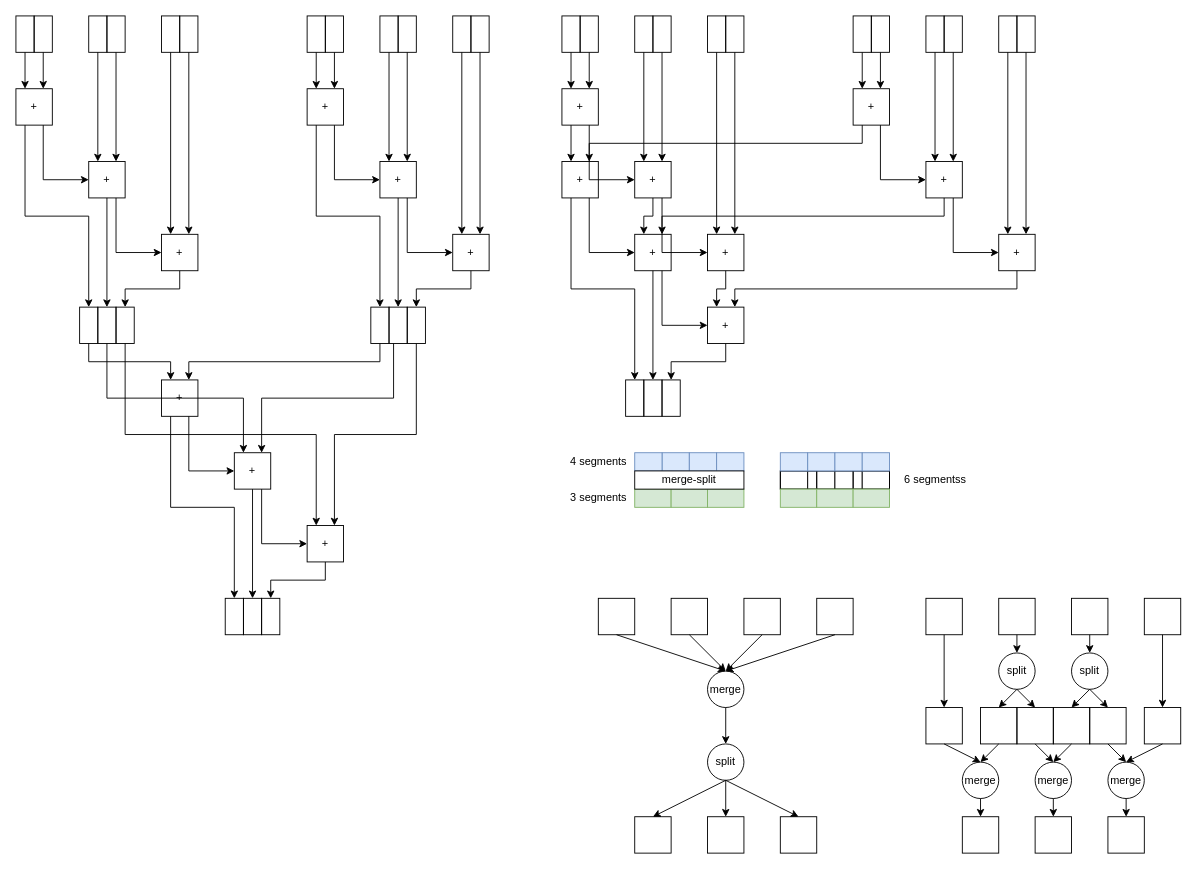
This is page "retiming for compression" (11 of 14) of src/main/resources/Karatsuba.drawio from RicardoNid/Chainsaw2, a draw.io file, before an edit. Source tidied: cells renumbered, new cells numbered last; positions are measured from the earlier drawing's top-left corner, leaving out a move shared by most shapes. Both pictures are drawn from the tidied source at 91%, with x=0, y=0 at pixel (15, 15).
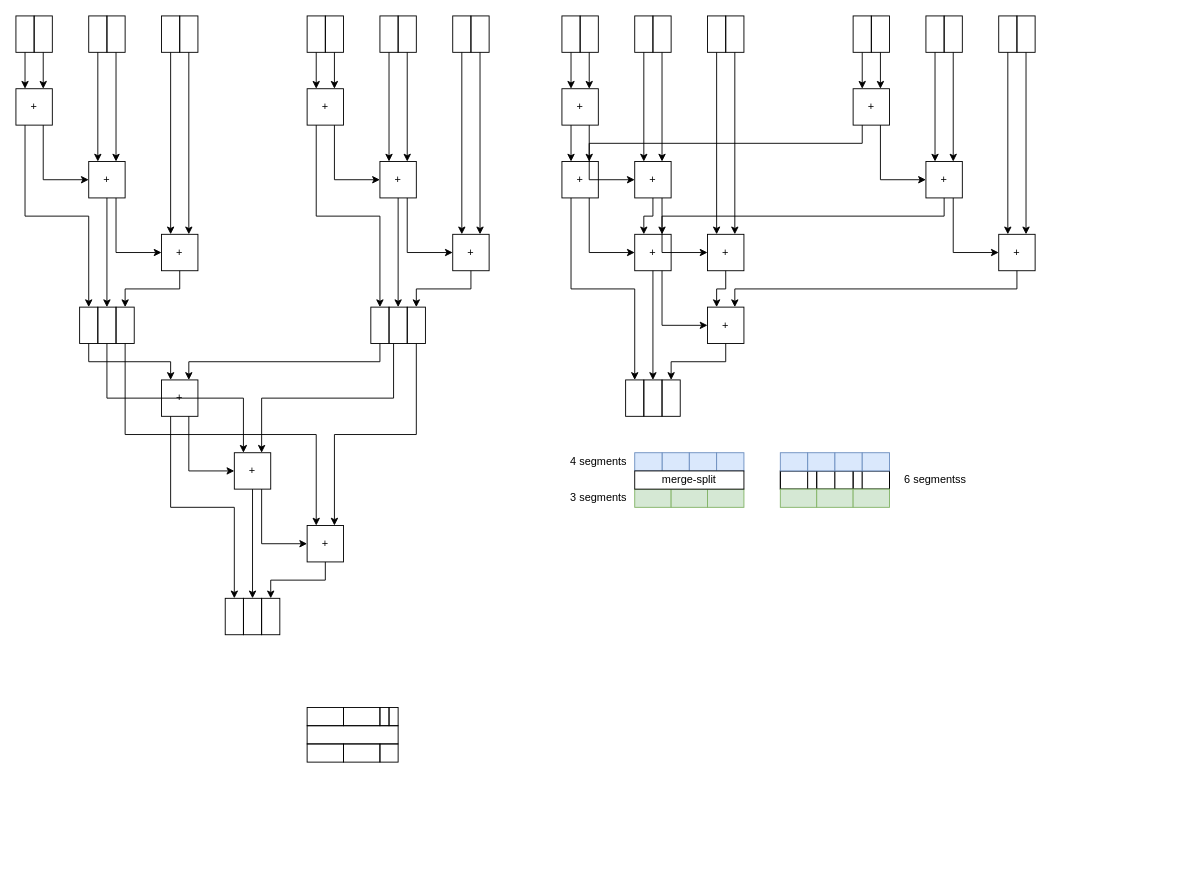
The same page after the edit.

Diff of the diagram source:
```diff
@@
-    <mxCell id="134" style="edgeStyle=none;html=1;exitX=0.5;exitY=1;exitDx=0;exitDy=0;entryX=0.5;entryY=0;entryDx=0;entryDy=0;" parent="1" edge="1" source="135" target="150">
-      <mxGeometry relative="1" as="geometry" />
-    </mxCell>
-    <mxCell id="135" value="merge" style="ellipse;whiteSpace=wrap;html=1;fillColor=none;" parent="1" vertex="1">
-      <mxGeometry x="760" y="720" width="40" height="40" as="geometry" />
-    </mxCell>
-    <mxCell id="136" style="edgeStyle=none;html=1;exitX=0.5;exitY=1;exitDx=0;exitDy=0;entryX=0.5;entryY=0;entryDx=0;entryDy=0;" parent="1" edge="1" source="137" target="135">
-      <mxGeometry relative="1" as="geometry" />
-    </mxCell>
-    <mxCell id="137" style="whiteSpace=wrap;html=1;fillColor=none;" parent="1" vertex="1">
-      <mxGeometry x="640" y="640" width="40" height="40" as="geometry" />
-    </mxCell>
-    <mxCell id="138" style="edgeStyle=none;html=1;exitX=0.5;exitY=1;exitDx=0;exitDy=0;entryX=0.5;entryY=0;entryDx=0;entryDy=0;" parent="1" edge="1" source="139" target="135">
-      <mxGeometry relative="1" as="geometry" />
-    </mxCell>
-    <mxCell id="139" style="whiteSpace=wrap;html=1;fillColor=none;" parent="1" vertex="1">
-      <mxGeometry x="720" y="640" width="40" height="40" as="geometry" />
-    </mxCell>
-    <mxCell id="140" style="edgeStyle=none;html=1;exitX=0.5;exitY=1;exitDx=0;exitDy=0;entryX=0.5;entryY=0;entryDx=0;entryDy=0;" parent="1" edge="1" source="141" target="135">
-      <mxGeometry relative="1" as="geometry" />
-    </mxCell>
-    <mxCell id="141" style="whiteSpace=wrap;html=1;fillColor=none;" parent="1" vertex="1">
-      <mxGeometry x="800" y="640" width="40" height="40" as="geometry" />
-    </mxCell>
-    <mxCell id="142" style="edgeStyle=none;html=1;exitX=0.5;exitY=1;exitDx=0;exitDy=0;entryX=0.5;entryY=0;entryDx=0;entryDy=0;" parent="1" edge="1" source="143" target="135">
-      <mxGeometry relative="1" as="geometry" />
-    </mxCell>
-    <mxCell id="143" style="whiteSpace=wrap;html=1;fillColor=none;" parent="1" vertex="1">
-      <mxGeometry x="880" y="640" width="40" height="40" as="geometry" />
-    </mxCell>
-    <mxCell id="144" style="edgeStyle=none;html=1;exitX=0.5;exitY=1;exitDx=0;exitDy=0;entryX=0.5;entryY=0;entryDx=0;entryDy=0;" parent="1" edge="1" source="150" target="147">
-      <mxGeometry relative="1" as="geometry" />
-    </mxCell>
-    <mxCell id="145" style="edgeStyle=none;html=1;exitX=0.5;exitY=1;exitDx=0;exitDy=0;entryX=0.5;entryY=0;entryDx=0;entryDy=0;" parent="1" edge="1" source="150" target="148">
-      <mxGeometry relative="1" as="geometry" />
-    </mxCell>
-    <mxCell id="146" style="edgeStyle=none;html=1;exitX=0.5;exitY=1;exitDx=0;exitDy=0;entryX=0.5;entryY=0;entryDx=0;entryDy=0;" parent="1" edge="1" source="150" target="149">
-      <mxGeometry relative="1" as="geometry" />
-    </mxCell>
-    <mxCell id="147" style="whiteSpace=wrap;html=1;fillColor=none;" parent="1" vertex="1">
-      <mxGeometry x="680" y="880" width="40" height="40" as="geometry" />
-    </mxCell>
-    <mxCell id="148" style="whiteSpace=wrap;html=1;fillColor=none;" parent="1" vertex="1">
-      <mxGeometry x="760" y="880" width="40" height="40" as="geometry" />
-    </mxCell>
-    <mxCell id="149" style="whiteSpace=wrap;html=1;fillColor=none;" parent="1" vertex="1">
-      <mxGeometry x="840" y="880" width="40" height="40" as="geometry" />
-    </mxCell>
-    <mxCell id="150" value="split" style="ellipse;whiteSpace=wrap;html=1;fillColor=none;" parent="1" vertex="1">
-      <mxGeometry x="760" y="800" width="40" height="40" as="geometry" />
-    </mxCell>
@@
-    <mxCell id="158" style="edgeStyle=none;html=1;exitX=0.5;exitY=1;exitDx=0;exitDy=0;entryX=0.5;entryY=0;entryDx=0;entryDy=0;" parent="1" edge="1" source="159" target="173">
-      <mxGeometry relative="1" as="geometry" />
-    </mxCell>
-    <mxCell id="159" style="whiteSpace=wrap;html=1;fillColor=none;" parent="1" vertex="1">
-      <mxGeometry x="1000" y="640" width="40" height="40" as="geometry" />
-    </mxCell>
-    <mxCell id="160" style="edgeStyle=none;html=1;exitX=0.5;exitY=1;exitDx=0;exitDy=0;entryX=0.5;entryY=0;entryDx=0;entryDy=0;" parent="1" edge="1" source="161" target="171">
-      <mxGeometry relative="1" as="geometry" />
-    </mxCell>
-    <mxCell id="161" style="whiteSpace=wrap;html=1;fillColor=none;" parent="1" vertex="1">
-      <mxGeometry x="1080" y="640" width="40" height="40" as="geometry" />
-    </mxCell>
-    <mxCell id="162" style="edgeStyle=none;html=1;exitX=0.5;exitY=1;exitDx=0;exitDy=0;entryX=0.5;entryY=0;entryDx=0;entryDy=0;" parent="1" edge="1" source="163" target="184">
-      <mxGeometry relative="1" as="geometry" />
-    </mxCell>
-    <mxCell id="163" style="whiteSpace=wrap;html=1;fillColor=none;" parent="1" vertex="1">
-      <mxGeometry x="1160" y="640" width="40" height="40" as="geometry" />
-    </mxCell>
-    <mxCell id="164" style="edgeStyle=none;html=1;exitX=0.5;exitY=1;exitDx=0;exitDy=0;entryX=0.5;entryY=0;entryDx=0;entryDy=0;" parent="1" edge="1" source="165" target="186">
-      <mxGeometry relative="1" as="geometry" />
-    </mxCell>
-    <mxCell id="165" style="whiteSpace=wrap;html=1;fillColor=none;" parent="1" vertex="1">
-      <mxGeometry x="1240" y="640" width="40" height="40" as="geometry" />
-    </mxCell>
-    <mxCell id="166" style="whiteSpace=wrap;html=1;fillColor=none;" parent="1" vertex="1">
-      <mxGeometry x="1040" y="880" width="40" height="40" as="geometry" />
-    </mxCell>
-    <mxCell id="167" style="whiteSpace=wrap;html=1;fillColor=none;" parent="1" vertex="1">
-      <mxGeometry x="1120" y="880" width="40" height="40" as="geometry" />
-    </mxCell>
-    <mxCell id="168" style="whiteSpace=wrap;html=1;fillColor=none;" parent="1" vertex="1">
-      <mxGeometry x="1200" y="880" width="40" height="40" as="geometry" />
-    </mxCell>
-    <mxCell id="169" style="edgeStyle=none;html=1;exitX=0.5;exitY=1;exitDx=0;exitDy=0;entryX=0.5;entryY=0;entryDx=0;entryDy=0;" parent="1" edge="1" source="171" target="175">
-      <mxGeometry relative="1" as="geometry" />
-    </mxCell>
-    <mxCell id="170" style="edgeStyle=none;html=1;exitX=0.5;exitY=1;exitDx=0;exitDy=0;entryX=0.5;entryY=0;entryDx=0;entryDy=0;" parent="1" edge="1" source="171" target="177">
-      <mxGeometry relative="1" as="geometry" />
-    </mxCell>
-    <mxCell id="171" value="split" style="ellipse;whiteSpace=wrap;html=1;fillColor=none;" parent="1" vertex="1">
-      <mxGeometry x="1080" y="700" width="40" height="40" as="geometry" />
-    </mxCell>
-    <mxCell id="172" style="edgeStyle=none;html=1;exitX=0.5;exitY=1;exitDx=0;exitDy=0;entryX=0.5;entryY=0;entryDx=0;entryDy=0;" parent="1" edge="1" source="173" target="190">
-      <mxGeometry relative="1" as="geometry" />
-    </mxCell>
-    <mxCell id="173" style="whiteSpace=wrap;html=1;fillColor=none;" parent="1" vertex="1">
-      <mxGeometry x="1000" y="760" width="40" height="40" as="geometry" />
-    </mxCell>
-    <mxCell id="174" style="edgeStyle=none;html=1;exitX=0.5;exitY=1;exitDx=0;exitDy=0;entryX=0.5;entryY=0;entryDx=0;entryDy=0;" parent="1" edge="1" source="175" target="190">
-      <mxGeometry relative="1" as="geometry" />
-    </mxCell>
-    <mxCell id="175" style="whiteSpace=wrap;html=1;fillColor=none;" parent="1" vertex="1">
-      <mxGeometry x="1060" y="760" width="40" height="40" as="geometry" />
-    </mxCell>
-    <mxCell id="176" style="edgeStyle=none;html=1;exitX=0.5;exitY=1;exitDx=0;exitDy=0;entryX=0.5;entryY=0;entryDx=0;entryDy=0;" parent="1" edge="1" source="177" target="188">
-      <mxGeometry relative="1" as="geometry" />
-    </mxCell>
-    <mxCell id="177" style="whiteSpace=wrap;html=1;fillColor=none;" parent="1" vertex="1">
-      <mxGeometry x="1100" y="760" width="40" height="40" as="geometry" />
-    </mxCell>
-    <mxCell id="178" style="edgeStyle=none;html=1;exitX=0.5;exitY=1;exitDx=0;exitDy=0;entryX=0.5;entryY=0;entryDx=0;entryDy=0;" parent="1" edge="1" source="179" target="188">
-      <mxGeometry relative="1" as="geometry" />
-    </mxCell>
-    <mxCell id="179" style="whiteSpace=wrap;html=1;fillColor=none;" parent="1" vertex="1">
-      <mxGeometry x="1140" y="760" width="40" height="40" as="geometry" />
-    </mxCell>
-    <mxCell id="180" style="edgeStyle=none;html=1;exitX=0.5;exitY=1;exitDx=0;exitDy=0;entryX=0.5;entryY=0;entryDx=0;entryDy=0;" parent="1" edge="1" source="181" target="192">
-      <mxGeometry relative="1" as="geometry" />
-    </mxCell>
-    <mxCell id="181" style="whiteSpace=wrap;html=1;fillColor=none;" parent="1" vertex="1">
-      <mxGeometry x="1180" y="760" width="40" height="40" as="geometry" />
-    </mxCell>
-    <mxCell id="182" style="edgeStyle=none;html=1;exitX=0.5;exitY=1;exitDx=0;exitDy=0;entryX=0.5;entryY=0;entryDx=0;entryDy=0;" parent="1" edge="1" source="184" target="179">
-      <mxGeometry relative="1" as="geometry" />
-    </mxCell>
-    <mxCell id="183" style="edgeStyle=none;html=1;exitX=0.5;exitY=1;exitDx=0;exitDy=0;entryX=0.5;entryY=0;entryDx=0;entryDy=0;" parent="1" edge="1" source="184" target="181">
-      <mxGeometry relative="1" as="geometry" />
-    </mxCell>
-    <mxCell id="184" value="split" style="ellipse;whiteSpace=wrap;html=1;fillColor=none;" parent="1" vertex="1">
-      <mxGeometry x="1160" y="700" width="40" height="40" as="geometry" />
-    </mxCell>
-    <mxCell id="185" style="edgeStyle=none;html=1;exitX=0.5;exitY=1;exitDx=0;exitDy=0;entryX=0.5;entryY=0;entryDx=0;entryDy=0;" parent="1" edge="1" source="186" target="192">
-      <mxGeometry relative="1" as="geometry" />
-    </mxCell>
-    <mxCell id="186" style="whiteSpace=wrap;html=1;fillColor=none;" parent="1" vertex="1">
-      <mxGeometry x="1240" y="760" width="40" height="40" as="geometry" />
-    </mxCell>
-    <mxCell id="187" style="edgeStyle=none;html=1;exitX=0.5;exitY=1;exitDx=0;exitDy=0;entryX=0.5;entryY=0;entryDx=0;entryDy=0;" parent="1" edge="1" source="188" target="167">
-      <mxGeometry relative="1" as="geometry" />
-    </mxCell>
-    <mxCell id="188" value="merge" style="ellipse;whiteSpace=wrap;html=1;fillColor=none;" parent="1" vertex="1">
-      <mxGeometry x="1120" y="820" width="40" height="40" as="geometry" />
-    </mxCell>
-    <mxCell id="189" style="edgeStyle=none;html=1;exitX=0.5;exitY=1;exitDx=0;exitDy=0;entryX=0.5;entryY=0;entryDx=0;entryDy=0;" parent="1" edge="1" source="190" target="166">
-      <mxGeometry relative="1" as="geometry" />
-    </mxCell>
-    <mxCell id="190" value="merge" style="ellipse;whiteSpace=wrap;html=1;fillColor=none;" parent="1" vertex="1">
-      <mxGeometry x="1040" y="820" width="40" height="40" as="geometry" />
-    </mxCell>
-    <mxCell id="191" style="edgeStyle=none;html=1;exitX=0.5;exitY=1;exitDx=0;exitDy=0;entryX=0.5;entryY=0;entryDx=0;entryDy=0;" parent="1" edge="1" source="192" target="168">
-      <mxGeometry relative="1" as="geometry" />
-    </mxCell>
-    <mxCell id="192" value="merge" style="ellipse;whiteSpace=wrap;html=1;fillColor=none;" parent="1" vertex="1">
-      <mxGeometry x="1200" y="820" width="40" height="40" as="geometry" />
-    </mxCell>
+    <mxCell id="193" style="rounded=0;whiteSpace=wrap;html=1;fillColor=none;" parent="1" vertex="1">
+      <mxGeometry x="320" y="760" width="40" height="20" as="geometry" />
+    </mxCell>
+    <mxCell id="194" style="rounded=0;whiteSpace=wrap;html=1;fillColor=none;" parent="1" vertex="1">
+      <mxGeometry x="360" y="760" width="40" height="20" as="geometry" />
+    </mxCell>
+    <mxCell id="195" style="rounded=0;whiteSpace=wrap;html=1;fillColor=none;" parent="1" vertex="1">
+      <mxGeometry x="400" y="760" width="10" height="20" as="geometry" />
+    </mxCell>
+    <mxCell id="196" style="rounded=0;whiteSpace=wrap;html=1;fillColor=none;" parent="1" vertex="1">
+      <mxGeometry x="410" y="760" width="10" height="20" as="geometry" />
+    </mxCell>
+    <mxCell id="197" style="rounded=0;whiteSpace=wrap;html=1;fillColor=none;" parent="1" vertex="1">
+      <mxGeometry x="320" y="780" width="100" height="20" as="geometry" />
+    </mxCell>
+    <mxCell id="198" style="rounded=0;whiteSpace=wrap;html=1;fillColor=none;" parent="1" vertex="1">
+      <mxGeometry x="320" y="800" width="40" height="20" as="geometry" />
+    </mxCell>
+    <mxCell id="199" style="rounded=0;whiteSpace=wrap;html=1;fillColor=none;" parent="1" vertex="1">
+      <mxGeometry x="360" y="800" width="40" height="20" as="geometry" />
+    </mxCell>
+    <mxCell id="200" style="rounded=0;whiteSpace=wrap;html=1;fillColor=none;" parent="1" vertex="1">
+      <mxGeometry x="400" y="800" width="20" height="20" as="geometry" />
+    </mxCell>
```
